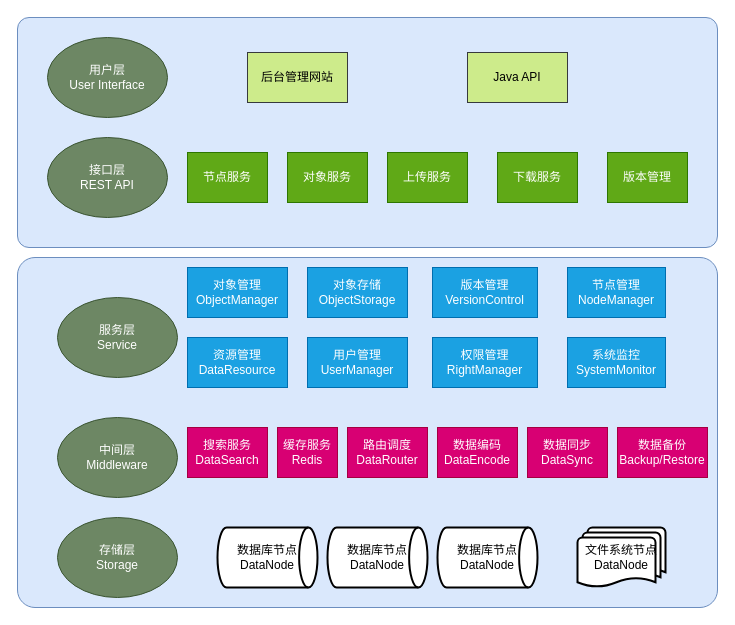
Earlier version of the draw.io diagram page "业务架构图" (5 of 6) of doc/DataManagePlatform_Diagram.drawio (CoderDream/java-architect-util). Source tidied: cells renumbered, new cells numbered last; positions are measured from the earlier drawing's top-left corner, leaving out a move shared by most shapes. Both pictures are drawn from the tidied source at 100%, with x=0, y=0 at pixel (17, 17).
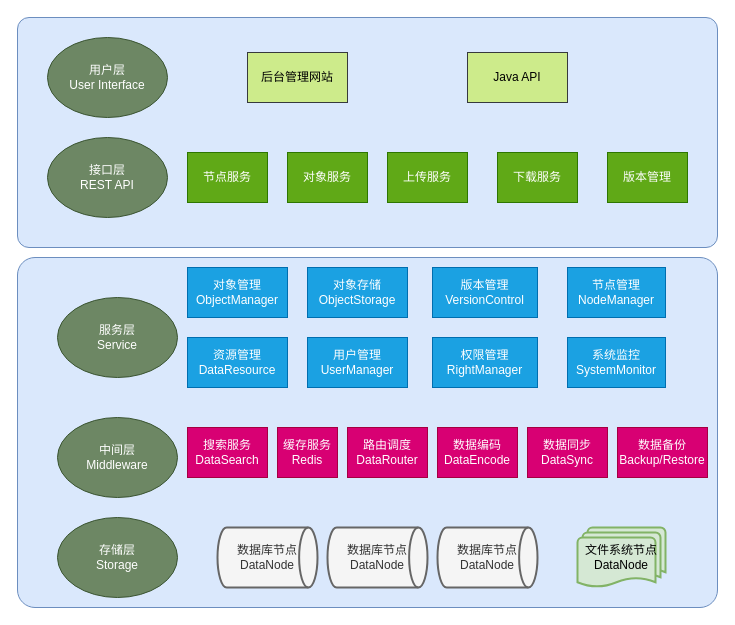
The same page after the edit.

Change to the diagram source:
```diff
@@
-    <mxCell id="9" value="数据库节点&lt;br&gt;DataNode" style="strokeWidth=2;html=1;shape=mxgraph.flowchart.direct_data;whiteSpace=wrap;" parent="1" vertex="1">
+    <mxCell id="9" value="数据库节点&lt;br&gt;DataNode" style="strokeWidth=2;html=1;shape=mxgraph.flowchart.direct_data;whiteSpace=wrap;fillColor=#f5f5f5;fontColor=#333333;strokeColor=#666666;" parent="1" vertex="1">
       <mxGeometry x="200" y="510" width="100" height="60" as="geometry" />
     </mxCell>
-    <mxCell id="10" value="数据库节点&lt;br&gt;DataNode" style="strokeWidth=2;html=1;shape=mxgraph.flowchart.direct_data;whiteSpace=wrap;" parent="1" vertex="1">
+    <mxCell id="10" value="数据库节点&lt;br&gt;DataNode" style="strokeWidth=2;html=1;shape=mxgraph.flowchart.direct_data;whiteSpace=wrap;fillColor=#f5f5f5;fontColor=#333333;strokeColor=#666666;" parent="1" vertex="1">
       <mxGeometry x="420" y="510" width="100" height="60" as="geometry" />
     </mxCell>
-    <mxCell id="11" value="数据库节点&lt;br&gt;DataNode" style="strokeWidth=2;html=1;shape=mxgraph.flowchart.direct_data;whiteSpace=wrap;" parent="1" vertex="1">
+    <mxCell id="11" value="数据库节点&lt;br&gt;DataNode" style="strokeWidth=2;html=1;shape=mxgraph.flowchart.direct_data;whiteSpace=wrap;fillColor=#f5f5f5;fontColor=#333333;strokeColor=#666666;" parent="1" vertex="1">
       <mxGeometry x="310" y="510" width="100" height="60" as="geometry" />
     </mxCell>
-    <mxCell id="12" value="文件系统节点&lt;br&gt;DataNode" style="strokeWidth=2;html=1;shape=mxgraph.flowchart.multi-document;whiteSpace=wrap;" parent="1" vertex="1">
+    <mxCell id="12" value="文件系统节点&lt;br&gt;DataNode" style="strokeWidth=2;html=1;shape=mxgraph.flowchart.multi-document;whiteSpace=wrap;fillColor=#d5e8d4;strokeColor=#82b366;" parent="1" vertex="1">
       <mxGeometry x="560" y="510" width="88" height="60" as="geometry" />
     </mxCell>
```
